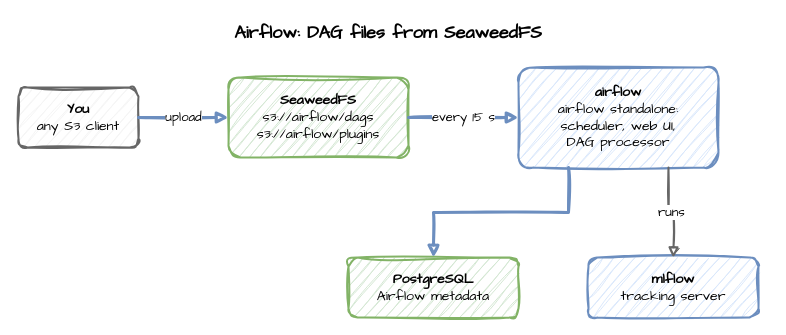
Above: docs/images/path-airflow.drawio in jaehyeon-kim/odctl (draw.io), before the change. Source tidied: cells renumbered, new cells numbered last; positions are measured from the earlier drawing's top-left corner, leaving out a move shared by most shapes. Both pictures are drawn from the tidied source at 100%, with x=0, y=0 at pixel (18, 17).
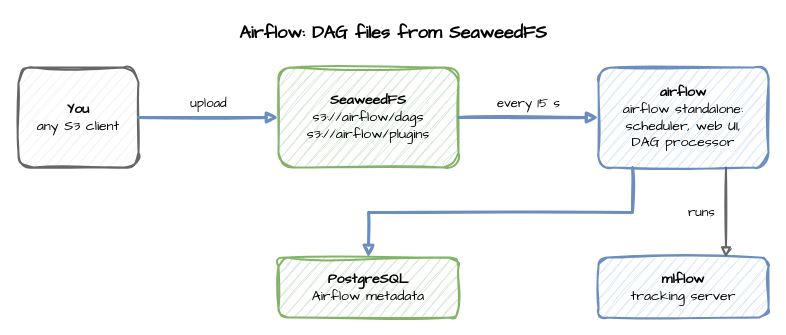
After the change.

The edit, as a diff of the source:
```diff
@@
 <mxGraphModel>
   <root>
     <mxCell id="0" />
     <mxCell id="1" parent="0" />
     <mxCell id="2" value="Airflow: DAG files from SeaweedFS" style="text;html=1;align=center;verticalAlign=middle;whiteSpace=wrap;fontFamily=Comic Sans MS;fontSize=18;fontStyle=1;" parent="1" vertex="1">
-      <mxGeometry width="740" height="30" as="geometry" />
+      <mxGeometry width="750" height="30" as="geometry" />
     </mxCell>
     <mxCell id="3" value="&lt;b&gt;You&lt;/b&gt;&lt;br&gt;any S3 client" style="rounded=1;whiteSpace=wrap;html=1;sketch=1;curveFitting=1;jiggle=2;fontFamily=Comic Sans MS;fontSize=14;strokeWidth=2;fillColor=#f5f5f5;strokeColor=#666666;" parent="1" vertex="1">
-      <mxGeometry y="70" width="120" height="60" as="geometry" />
+      <mxGeometry y="50" width="120" height="100" as="geometry" />
     </mxCell>
     <mxCell id="4" value="&lt;b&gt;SeaweedFS&lt;/b&gt;&lt;br&gt;s3://airflow/dags&lt;br&gt;s3://airflow/plugins" style="rounded=1;whiteSpace=wrap;html=1;sketch=1;curveFitting=1;jiggle=2;fontFamily=Comic Sans MS;fontSize=14;strokeWidth=2;fillColor=#d5e8d4;strokeColor=#82b366;" parent="1" vertex="1">
-      <mxGeometry x="210" y="60" width="180" height="80" as="geometry" />
+      <mxGeometry x="260" y="50" width="180" height="100" as="geometry" />
     </mxCell>
     <mxCell id="5" value="&lt;b&gt;airflow&lt;/b&gt;&lt;br&gt;airflow standalone:&lt;br&gt;scheduler, web UI,&lt;br&gt;DAG processor" style="rounded=1;whiteSpace=wrap;html=1;sketch=1;curveFitting=1;jiggle=2;fontFamily=Comic Sans MS;fontSize=14;strokeWidth=2;fillColor=#dae8fc;strokeColor=#6c8ebf;" parent="1" vertex="1">
-      <mxGeometry x="500" y="50" width="200" height="100" as="geometry" />
+      <mxGeometry x="580" y="50" width="170" height="100" as="geometry" />
     </mxCell>
     <mxCell id="6" value="&lt;b&gt;PostgreSQL&lt;/b&gt;&lt;br&gt;Airflow metadata" style="rounded=1;whiteSpace=wrap;html=1;sketch=1;curveFitting=1;jiggle=2;fontFamily=Comic Sans MS;fontSize=14;strokeWidth=2;fillColor=#d5e8d4;strokeColor=#82b366;" parent="1" vertex="1">
-      <mxGeometry x="330" y="240" width="170" height="60" as="geometry" />
+      <mxGeometry x="260" y="240" width="180" height="60" as="geometry" />
     </mxCell>
     <mxCell id="7" value="&lt;b&gt;mlflow&lt;/b&gt;&lt;br&gt;tracking server" style="rounded=1;whiteSpace=wrap;html=1;sketch=1;curveFitting=1;jiggle=2;fontFamily=Comic Sans MS;fontSize=14;strokeWidth=2;fillColor=#dae8fc;strokeColor=#6c8ebf;" parent="1" vertex="1">
-      <mxGeometry x="570" y="240" width="170" height="60" as="geometry" />
+      <mxGeometry x="580" y="240" width="170" height="60" as="geometry" />
     </mxCell>
     <mxCell id="8" value="upload" style="edgeStyle=orthogonalEdgeStyle;rounded=0;sketch=1;html=1;endArrow=block;fontFamily=Comic Sans MS;fontSize=13;labelBackgroundColor=#ffffff;strokeWidth=3;strokeColor=#6c8ebf;" parent="1" edge="1" source="3" target="4">
-      <mxGeometry relative="1" as="geometry" />
+      <mxGeometry relative="1" as="geometry">
+        <mxPoint y="-14" as="offset" />
+      </mxGeometry>
     </mxCell>
     <mxCell id="9" value="every 15 s" style="edgeStyle=orthogonalEdgeStyle;rounded=0;sketch=1;html=1;endArrow=block;fontFamily=Comic Sans MS;fontSize=13;labelBackgroundColor=#ffffff;strokeWidth=3;strokeColor=#6c8ebf;" parent="1" edge="1" source="4" target="5">
-      <mxGeometry relative="1" as="geometry" />
+      <mxGeometry relative="1" as="geometry">
+        <mxPoint y="-14" as="offset" />
+      </mxGeometry>
     </mxCell>
-    <mxCell id="10" style="edgeStyle=orthogonalEdgeStyle;rounded=0;sketch=1;html=1;endArrow=block;fontFamily=Comic Sans MS;fontSize=13;labelBackgroundColor=#ffffff;strokeWidth=3;strokeColor=#6c8ebf;exitX=0.25;exitY=1;exitDx=0;exitDy=0;entryX=0.5;entryY=0;entryDx=0;entryDy=0;" parent="1" edge="1" source="5" target="6">
-      <mxGeometry relative="1" as="geometry" />
+    <mxCell id="10" style="edgeStyle=orthogonalEdgeStyle;rounded=0;sketch=1;html=1;endArrow=block;fontFamily=Comic Sans MS;fontSize=13;labelBackgroundColor=#ffffff;strokeWidth=3;strokeColor=#6c8ebf;exitX=0.2;exitY=1;exitDx=0;exitDy=0;entryX=0.5;entryY=0;entryDx=0;entryDy=0;" parent="1" edge="1" source="5" target="6">
+      <mxGeometry relative="1" as="geometry">
+        <Array as="points">
+          <mxPoint x="614" y="195" />
+          <mxPoint x="350" y="195" />
+        </Array>
+      </mxGeometry>
     </mxCell>
-    <mxCell id="11" value="runs" style="edgeStyle=orthogonalEdgeStyle;rounded=0;sketch=1;html=1;endArrow=block;fontFamily=Comic Sans MS;fontSize=13;labelBackgroundColor=#ffffff;strokeWidth=2;strokeColor=#666666;exitX=0.75;exitY=1;exitDx=0;exitDy=0;entryX=0.5;entryY=0;entryDx=0;entryDy=0;" parent="1" edge="1" source="5" target="7">
-      <mxGeometry relative="1" as="geometry" />
+    <mxCell id="11" value="runs" style="edgeStyle=orthogonalEdgeStyle;rounded=0;sketch=1;html=1;endArrow=block;fontFamily=Comic Sans MS;fontSize=13;labelBackgroundColor=#ffffff;strokeWidth=2;strokeColor=#666666;exitX=0.75;exitY=1;exitDx=0;exitDy=0;entryX=0.75;entryY=0;entryDx=0;entryDy=0;" parent="1" edge="1" source="5" target="7">
+      <mxGeometry relative="1" as="geometry">
+        <mxPoint x="-25" as="offset" />
+      </mxGeometry>
     </mxCell>
   </root>
 </mxGraphModel>
```
